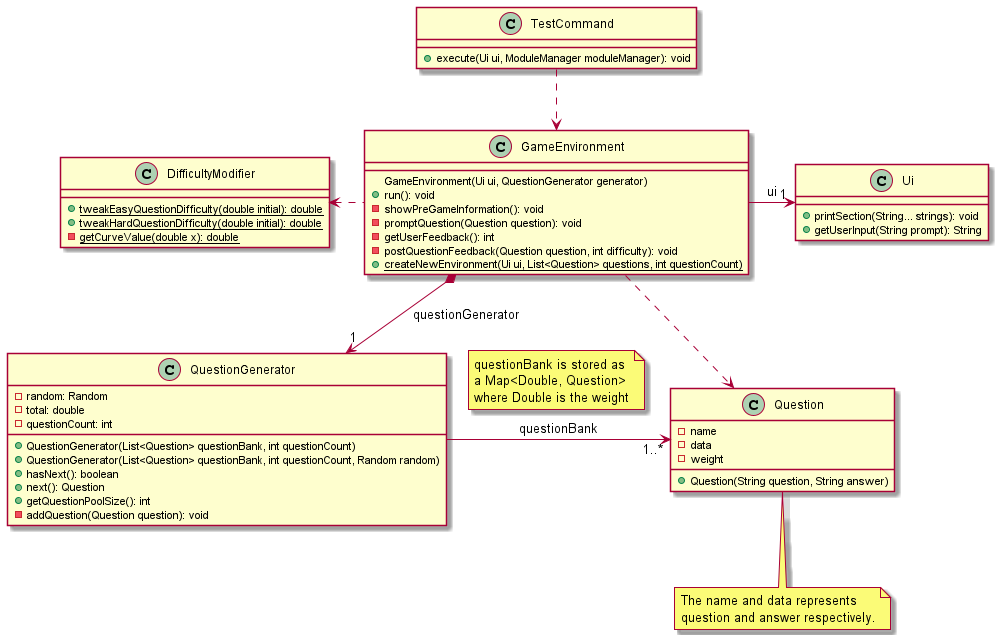
Before: docs/attachments/ActiveRecallClassDiagram.png, a diagram exported from PlantUML (nus-cs2113-AY2122S1/tp). The source it was exported from:
```plantuml
@startuml

TestCommand ..> GameEnvironment

GameEnvironment -> "1" Ui : "ui"
GameEnvironment *--> "1" QuestionGenerator : "questionGenerator"
DifficultyModifier <. GameEnvironment
QuestionGenerator -> "1..*" Question : "questionBank"
note top on link
questionBank is stored as
a Map<Double, Question>
where Double is the weight
endnote
GameEnvironment ..>  Question

class TestCommand {
  + execute(Ui ui, ModuleManager moduleManager): void
}

class GameEnvironment {
  GameEnvironment(Ui ui, QuestionGenerator generator)
  + run(): void
  - showPreGameInformation(): void
  - promptQuestion(Question question): void
  - getUserFeedback(): int
  - postQuestionFeedback(Question question, int difficulty): void
  + {static} createNewEnvironment(Ui ui, List<Question> questions, int questionCount)
}

class QuestionGenerator {
  - random: Random
  - total: double
  - questionCount: int
  + QuestionGenerator(List<Question> questionBank, int questionCount)
  + QuestionGenerator(List<Question> questionBank, int questionCount, Random random)
  + hasNext(): boolean
  + next(): Question
  + getQuestionPoolSize(): int
  - addQuestion(Question question): void
}

class Question {
  - name
  - data
  - weight
  + Question(String question, String answer)
}

note bottom of Question
  The name and data represents
  question and answer respectively.
endnote

class Ui {
  + printSection(String... strings): void
  + getUserInput(String prompt): String
}

class DifficultyModifier {
  + {static} tweakEasyQuestionDifficulty(double initial): double
  + {static} tweakHardQuestionDifficulty(double initial): double
  - {static} getCurveValue(double x): double
}


@enduml
```
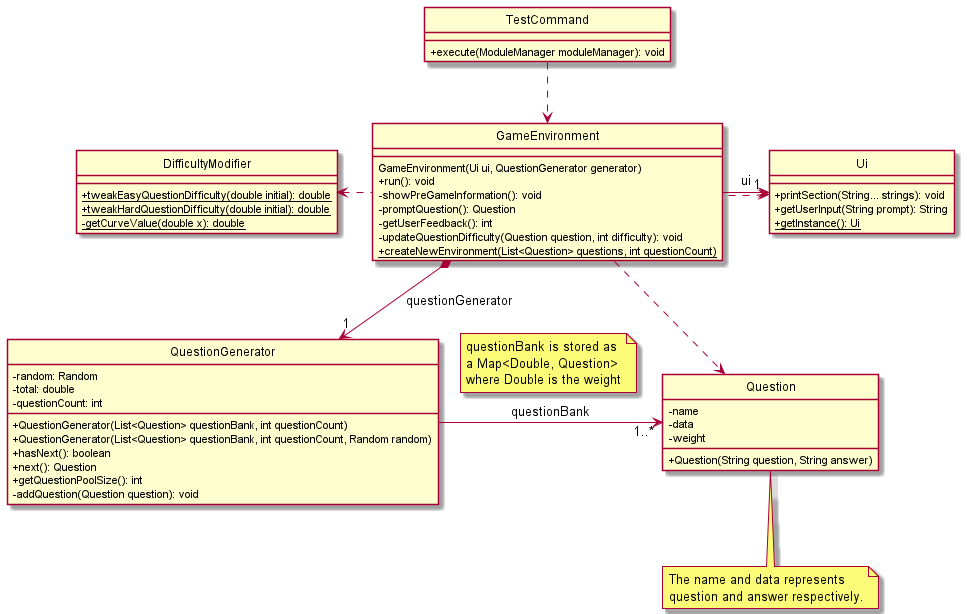
Later version of the same file.

Commit message:
Add Ui Class Diagram and Explanation.

Change to the diagram source:
```diff
@@ -1,30 +1,34 @@
 @startuml
+
+skinparam classAttributeIconSize 0
+hide circle
 
 TestCommand ..> GameEnvironment
 
 GameEnvironment -> "1" Ui : "ui"
+Ui <. GameEnvironment
 GameEnvironment *--> "1" QuestionGenerator : "questionGenerator"
 DifficultyModifier <. GameEnvironment
 QuestionGenerator -> "1..*" Question : "questionBank"
 note top on link
-questionBank is stored as
-a Map<Double, Question>
-where Double is the weight
+  questionBank is stored as
+  a Map<Double, Question>
+  where Double is the weight
 endnote
 GameEnvironment ..>  Question
 
 class TestCommand {
-  + execute(Ui ui, ModuleManager moduleManager): void
+  + execute(ModuleManager moduleManager): void
 }
 
 class GameEnvironment {
   GameEnvironment(Ui ui, QuestionGenerator generator)
   + run(): void
   - showPreGameInformation(): void
-  - promptQuestion(Question question): void
+  - promptQuestion(): Question
   - getUserFeedback(): int
-  - postQuestionFeedback(Question question, int difficulty): void
-  + {static} createNewEnvironment(Ui ui, List<Question> questions, int questionCount)
+  - updateQuestionDifficulty(Question question, int difficulty): void
+  + {static} createNewEnvironment(List<Question> questions, int questionCount)
 }
 
 class QuestionGenerator {
@@ -54,6 +58,7 @@
 class Ui {
   + printSection(String... strings): void
   + getUserInput(String prompt): String
+  + {static} getInstance(): Ui
 }
 
 class DifficultyModifier {
```
